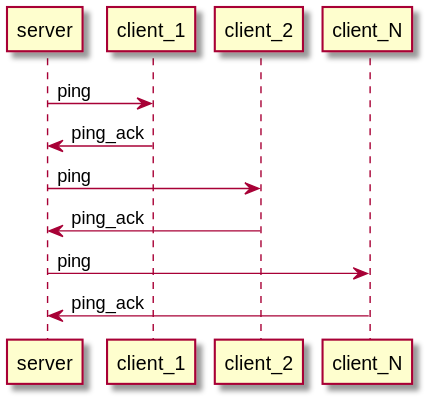
Above: tests/test_datatransport_meas_report/diagrams/main_test_sequence.svg in NielsDyrberg/szs_datatransport (PlantUML), before the change.
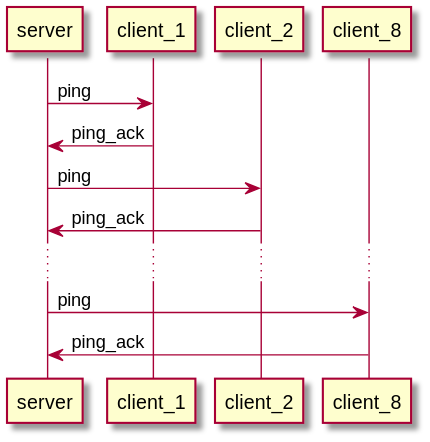
Above is the later version.

Diff of the diagram source:
```diff
@@ -3,6 +3,7 @@
 server <- client_1: ping_ack
 server -> client_2: ping
 server <- client_2: ping_ack
-server -> client_N: ping
-server <- client_N: ping_ack
+...
+server -> client_8: ping
+server <- client_8: ping_ack
 @enduml
```
